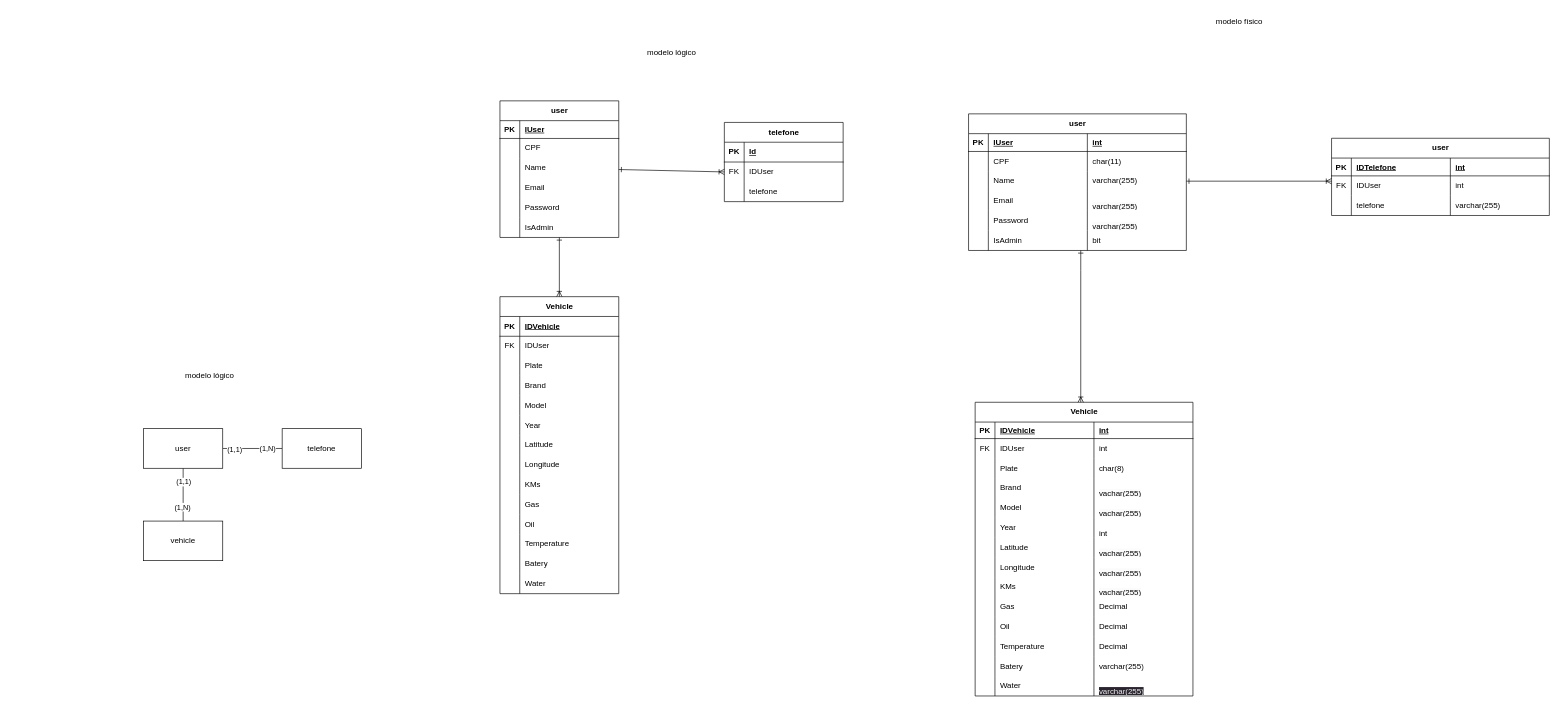
Above: drawio/vmotionguard.drawio in Dudous/VMotionGuard (draw.io), before the change. Source tidied: cells renumbered, new cells numbered last; positions are measured from the earlier drawing's top-left corner, leaving out a move shared by most shapes. Both pictures are drawn from the tidied source at 66%, with x=0, y=0 at pixel (143, 11).
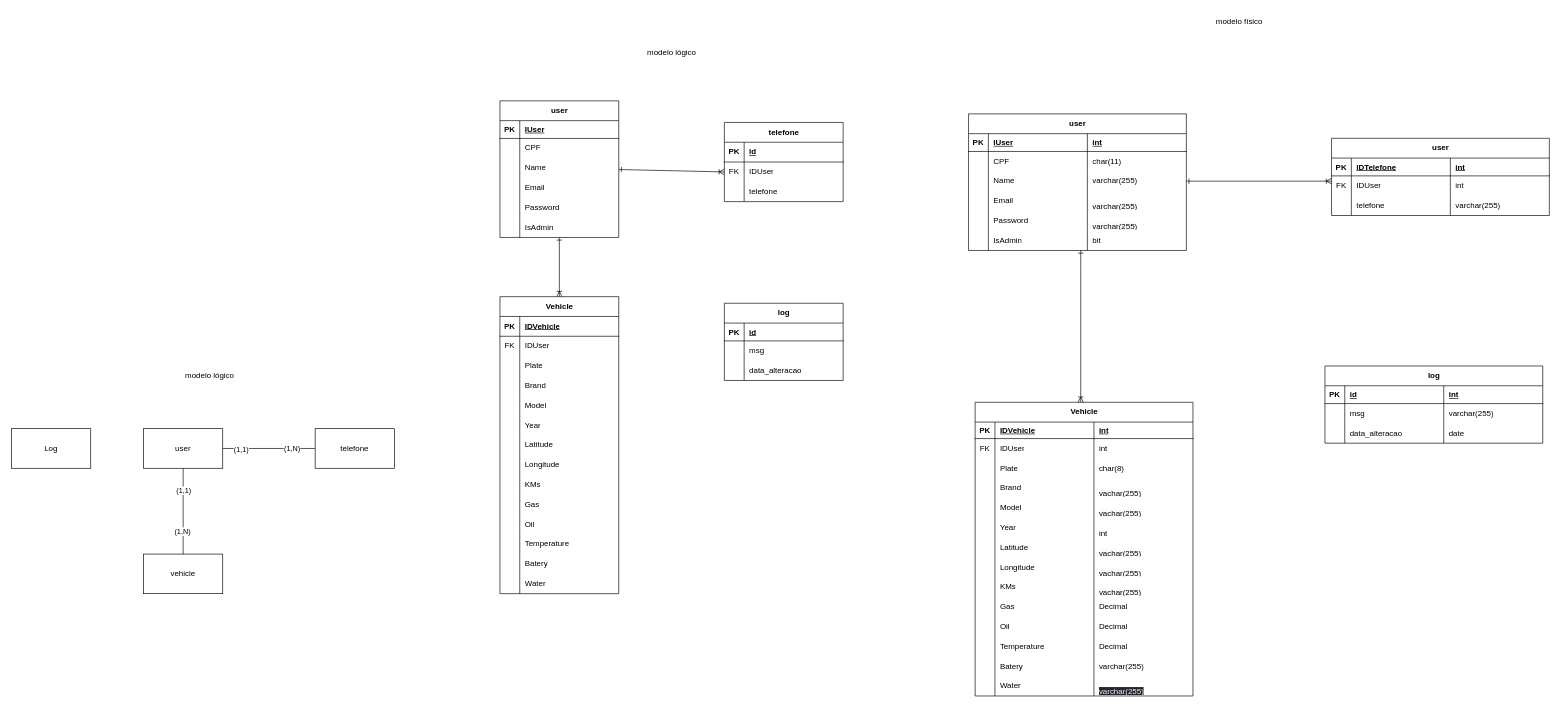
Above is the later version.

Commit message:
modelagem atualizada

Change to the diagram source:
```diff
@@
     <mxCell id="9" value="vehicle" style="rounded=0;whiteSpace=wrap;html=1;" parent="1" vertex="1">
-      <mxGeometry y="772" width="120" height="60" as="geometry" />
+      <mxGeometry y="822" width="120" height="60" as="geometry" />
     </mxCell>
     <mxCell id="10" value="telefone" style="rounded=0;whiteSpace=wrap;html=1;" parent="1" vertex="1">
-      <mxGeometry x="210" y="632" width="120" height="60" as="geometry" />
+      <mxGeometry x="260" y="632" width="120" height="60" as="geometry" />
     </mxCell>
@@
+    <mxCell id="185" value="Log" style="rounded=0;whiteSpace=wrap;html=1;" parent="1" vertex="1">
+      <mxGeometry x="-200" y="632" width="120" height="60" as="geometry" />
+    </mxCell>
+    <mxCell id="186" value="log" style="shape=table;startSize=30;childLayout=tableLayout;rowLines=0;fontStyle=1;align=center;html=1;" parent="1" vertex="1">
+      <mxGeometry x="880" y="442" width="180" height="117" as="geometry" />
+    </mxCell>
+    <mxCell id="187" style="shape=tableRow;horizontal=0;startSize=0;swimlaneHead=0;swimlaneBody=0;fillColor=none;top=0;left=0;right=0;bottom=1;" parent="186" vertex="1">
+      <mxGeometry y="30" width="180" height="27" as="geometry" />
+    </mxCell>
+    <mxCell id="188" value="PK" style="shape=partialRectangle;fillColor=none;top=0;left=0;bottom=0;right=0;fontStyle=1;overflow=hidden;whiteSpace=wrap;html=1;" parent="187" vertex="1">
+      <mxGeometry width="30" height="27" as="geometry" />
+    </mxCell>
+    <mxCell id="189" value="id" style="shape=partialRectangle;fillColor=none;top=0;left=0;bottom=0;right=0;align=left;spacingLeft=6;fontStyle=5;overflow=hidden;whiteSpace=wrap;html=1;" parent="187" vertex="1">
+      <mxGeometry x="30" width="150" height="27" as="geometry" />
+    </mxCell>
+    <mxCell id="190" style="shape=tableRow;horizontal=0;startSize=0;swimlaneHead=0;swimlaneBody=0;fillColor=none;top=0;left=0;right=0;bottom=0;" parent="186" vertex="1">
+      <mxGeometry y="57" width="180" height="30" as="geometry" />
+    </mxCell>
+    <mxCell id="191" style="shape=partialRectangle;fillColor=none;top=0;left=0;bottom=0;right=0;overflow=hidden;whiteSpace=wrap;html=1;" parent="190" vertex="1">
+      <mxGeometry width="30" height="30" as="geometry" />
+    </mxCell>
+    <mxCell id="192" value="msg" style="shape=partialRectangle;fillColor=none;top=0;left=0;bottom=0;right=0;align=left;spacingLeft=6;overflow=hidden;whiteSpace=wrap;html=1;" parent="190" vertex="1">
+      <mxGeometry x="30" width="150" height="30" as="geometry" />
+    </mxCell>
+    <mxCell id="193" style="shape=tableRow;horizontal=0;startSize=0;swimlaneHead=0;swimlaneBody=0;fillColor=none;top=0;left=0;right=0;bottom=0;" parent="186" vertex="1">
+      <mxGeometry y="87" width="180" height="30" as="geometry" />
+    </mxCell>
+    <mxCell id="194" style="shape=partialRectangle;fillColor=none;top=0;left=0;bottom=0;right=0;overflow=hidden;whiteSpace=wrap;html=1;" parent="193" vertex="1">
+      <mxGeometry width="30" height="30" as="geometry" />
+    </mxCell>
+    <mxCell id="195" value="data_alteracao" style="shape=partialRectangle;fillColor=none;top=0;left=0;bottom=0;right=0;align=left;spacingLeft=6;overflow=hidden;whiteSpace=wrap;html=1;" parent="193" vertex="1">
+      <mxGeometry x="30" width="150" height="30" as="geometry" />
+    </mxCell>
+    <mxCell id="196" value="log" style="shape=table;startSize=30;childLayout=tableLayout;rowLines=0;fontStyle=1;align=center;html=1;" parent="1" vertex="1">
+      <mxGeometry x="1790" y="537" width="330" height="117" as="geometry" />
+    </mxCell>
+    <mxCell id="197" style="shape=tableRow;horizontal=0;startSize=0;swimlaneHead=0;swimlaneBody=0;fillColor=none;top=0;left=0;right=0;bottom=1;" parent="196" vertex="1">
+      <mxGeometry y="30" width="330" height="27" as="geometry" />
+    </mxCell>
+    <mxCell id="198" value="PK" style="shape=partialRectangle;fillColor=none;top=0;left=0;bottom=0;right=0;fontStyle=1;overflow=hidden;whiteSpace=wrap;html=1;" parent="197" vertex="1">
+      <mxGeometry width="30" height="27" as="geometry" />
+    </mxCell>
+    <mxCell id="199" value="id" style="shape=partialRectangle;fillColor=none;top=0;left=0;bottom=0;right=0;align=left;spacingLeft=6;fontStyle=5;overflow=hidden;whiteSpace=wrap;html=1;" parent="197" vertex="1">
+      <mxGeometry x="30" width="150" height="27" as="geometry" />
+    </mxCell>
+    <mxCell id="200" value="int" style="shape=partialRectangle;fillColor=none;top=0;left=0;bottom=0;right=0;align=left;spacingLeft=6;fontStyle=5;overflow=hidden;whiteSpace=wrap;html=1;" parent="197" vertex="1">
+      <mxGeometry x="180" width="150" height="27" as="geometry" />
+    </mxCell>
+    <mxCell id="201" style="shape=tableRow;horizontal=0;startSize=0;swimlaneHead=0;swimlaneBody=0;fillColor=none;top=0;left=0;right=0;bottom=0;" parent="196" vertex="1">
+      <mxGeometry y="57" width="330" height="30" as="geometry" />
+    </mxCell>
+    <mxCell id="202" style="shape=partialRectangle;fillColor=none;top=0;left=0;bottom=0;right=0;overflow=hidden;whiteSpace=wrap;html=1;" parent="201" vertex="1">
+      <mxGeometry width="30" height="30" as="geometry" />
+    </mxCell>
+    <mxCell id="203" value="msg" style="shape=partialRectangle;fillColor=none;top=0;left=0;bottom=0;right=0;align=left;spacingLeft=6;overflow=hidden;whiteSpace=wrap;html=1;" parent="201" vertex="1">
+      <mxGeometry x="30" width="150" height="30" as="geometry" />
+    </mxCell>
+    <mxCell id="204" value="varchar(255)" style="shape=partialRectangle;fillColor=none;top=0;left=0;bottom=0;right=0;align=left;spacingLeft=6;overflow=hidden;whiteSpace=wrap;html=1;" parent="201" vertex="1">
+      <mxGeometry x="180" width="150" height="30" as="geometry" />
+    </mxCell>
+    <mxCell id="205" style="shape=tableRow;horizontal=0;startSize=0;swimlaneHead=0;swimlaneBody=0;fillColor=none;top=0;left=0;right=0;bottom=0;" parent="196" vertex="1">
+      <mxGeometry y="87" width="330" height="30" as="geometry" />
+    </mxCell>
+    <mxCell id="206" style="shape=partialRectangle;fillColor=none;top=0;left=0;bottom=0;right=0;overflow=hidden;whiteSpace=wrap;html=1;" parent="205" vertex="1">
+      <mxGeometry width="30" height="30" as="geometry" />
+    </mxCell>
+    <mxCell id="207" value="data_alteracao" style="shape=partialRectangle;fillColor=none;top=0;left=0;bottom=0;right=0;align=left;spacingLeft=6;overflow=hidden;whiteSpace=wrap;html=1;" parent="205" vertex="1">
+      <mxGeometry x="30" width="150" height="30" as="geometry" />
+    </mxCell>
+    <mxCell id="208" value="date" style="shape=partialRectangle;fillColor=none;top=0;left=0;bottom=0;right=0;align=left;spacingLeft=6;overflow=hidden;whiteSpace=wrap;html=1;" parent="205" vertex="1">
+      <mxGeometry x="180" width="150" height="30" as="geometry" />
+    </mxCell>
```
